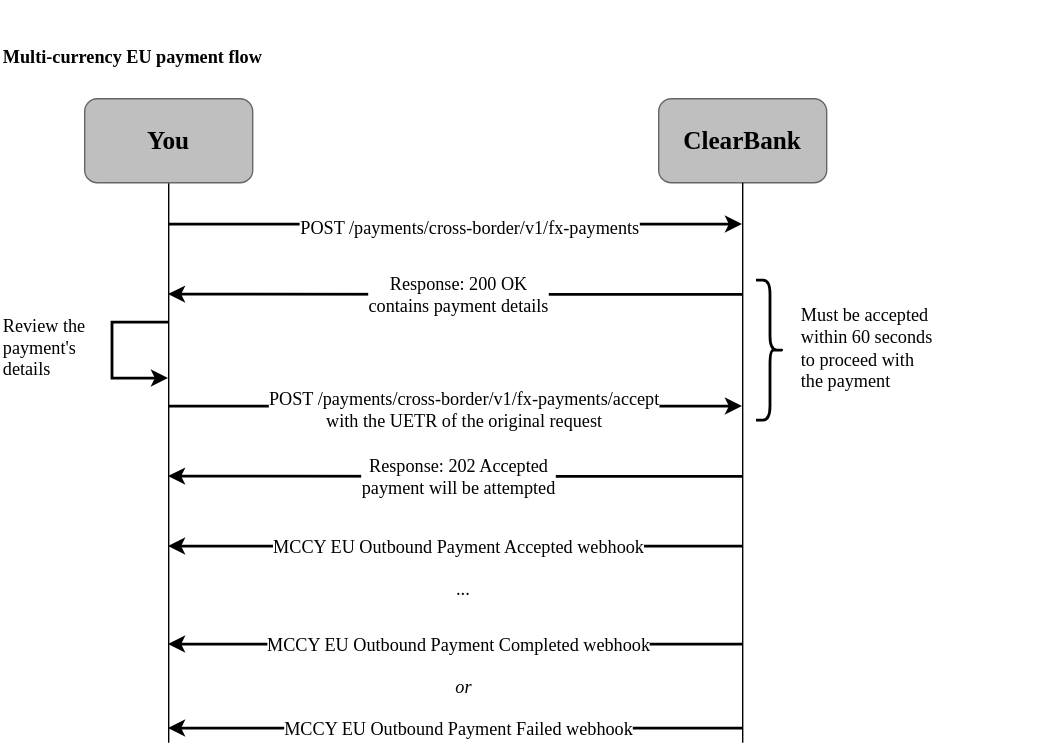
clearbank/clearbank.github.io keeps this draw.io diagram as static/assets/images/diagrams/eu/auto-fx/mccy-eu-payment.svg. Above is the earlier version. Source tidied: cells renumbered, new cells last; positions are measured from the earlier drawing's top-left corner, leaving out a move shared by most shapes. The source it was exported from:
```xml
<mxGraphModel>
  <root>
    <mxCell id="0" />
    <mxCell id="1" parent="0" />
    <mxCell id="2" style="rounded=1;whiteSpace=wrap;html=1;fillColor=none;strokeColor=none;fontFamily=Clear Sans Text;fontSize=13;" parent="1" vertex="1">
      <mxGeometry x="600" y="60" width="150" height="60" as="geometry" />
    </mxCell>
    <mxCell id="3" style="rounded=0;whiteSpace=wrap;html=1;strokeColor=none;fontFamily=Clear Sans Text;fontSize=13;fillColor=#FFFFFF;" parent="1" vertex="1">
      <mxGeometry x="200" width="120" height="20" as="geometry" />
    </mxCell>
    <mxCell id="4" value="ClearBank" style="rounded=1;whiteSpace=wrap;html=1;strokeColor=#666666;fillColor=#BFBFBF;gradientColor=none;fontFamily=Clear Sans Text;fontStyle=1;fontSize=18;fontColor=#000000;" parent="1" vertex="1">
      <mxGeometry x="470" y="70" width="120" height="60" as="geometry" />
    </mxCell>
    <mxCell id="5" style="edgeStyle=orthogonalEdgeStyle;rounded=0;jettySize=auto;html=1;endArrow=none;endFill=0;exitX=0.5;exitY=1;exitDx=0;exitDy=0;fontFamily=Clear Sans Text;fontSize=13;strokeColor=#000000;" parent="1" edge="1" source="4">
      <mxGeometry relative="1" as="geometry">
        <mxPoint x="530" y="530" as="targetPoint" />
        <Array as="points">
          <mxPoint x="530" y="350" />
        </Array>
      </mxGeometry>
    </mxCell>
    <mxCell id="6" style="edgeStyle=orthogonalEdgeStyle;rounded=0;orthogonalLoop=1;jettySize=auto;html=1;endArrow=none;endFill=0;fontFamily=Clear Sans Text;fontSize=13;strokeColor=#000000;" parent="1" edge="1">
      <mxGeometry relative="1" as="geometry">
        <mxPoint x="120" y="130" as="sourcePoint" />
        <mxPoint x="120" y="530" as="targetPoint" />
      </mxGeometry>
    </mxCell>
    <mxCell id="7" value="You" style="rounded=1;whiteSpace=wrap;html=1;strokeColor=#666666;fillColor=#BFBFBF;gradientColor=none;fontFamily=Clear Sans Text;fontStyle=1;fontSize=18;fontColor=#000000;" parent="1" vertex="1">
      <mxGeometry x="60" y="70" width="120" height="60" as="geometry" />
    </mxCell>
    <mxCell id="8" style="endArrow=classic;html=1;rounded=0;strokeWidth=2;fontFamily=Clear Sans Text;fontSize=13;strokeColor=#000000;" parent="1" edge="1">
      <mxGeometry relative="1" as="geometry">
        <mxPoint x="120" y="160" as="sourcePoint" />
        <mxPoint x="530" y="160" as="targetPoint" />
      </mxGeometry>
    </mxCell>
    <mxCell id="9" value="POST /payments/cross-border/v1/fx-payments" style="edgeLabel;html=1;align=center;verticalAlign=middle;fontFamily=Clear Sans Text;fontSize=13;fontColor=#000000;labelBackgroundColor=#FFFFFF;" parent="8" vertex="1">
      <mxGeometry x="0.09" y="-1" relative="1" as="geometry">
        <mxPoint x="-9" as="offset" />
      </mxGeometry>
    </mxCell>
    <mxCell id="10" style="endArrow=classic;html=1;rounded=0;strokeWidth=2;fontFamily=Clear Sans Text;fontSize=13;strokeColor=#000000;" parent="1" edge="1">
      <mxGeometry relative="1" as="geometry">
        <mxPoint x="530" y="210.2" as="sourcePoint" />
        <mxPoint x="120" y="210" as="targetPoint" />
      </mxGeometry>
    </mxCell>
    <mxCell id="11" value="Response: 200 OK&lt;div&gt;contains payment details&lt;/div&gt;" style="edgeLabel;html=1;align=center;verticalAlign=middle;fontFamily=Clear Sans Text;fontSize=13;fontColor=#000000;labelBackgroundColor=#FFFFFF;" parent="10" vertex="1">
      <mxGeometry x="0.09" y="-1" relative="1" as="geometry">
        <mxPoint x="19" as="offset" />
      </mxGeometry>
    </mxCell>
    <mxCell id="12" value="Review the payment's details" style="text;html=1;strokeColor=none;fillColor=none;align=left;verticalAlign=middle;whiteSpace=wrap;rounded=0;fontFamily=Clear Sans Text;fontSize=13;fontColor=#000000;labelBackgroundColor=#FFFFFF;" parent="1" vertex="1">
      <mxGeometry y="213" width="80" height="70" as="geometry" />
    </mxCell>
    <mxCell id="13" style="endArrow=classic;html=1;rounded=0;strokeWidth=2;fontFamily=Clear Sans Text;fontSize=13;strokeColor=#000000;" parent="1" edge="1">
      <mxGeometry relative="1" as="geometry">
        <mxPoint x="120" y="290" as="sourcePoint" />
        <mxPoint x="530" y="290" as="targetPoint" />
      </mxGeometry>
    </mxCell>
    <mxCell id="14" value="POST /payments/cross-border/v1/fx-payments/accept&lt;br&gt;with the UETR of the original request" style="edgeLabel;html=1;align=center;verticalAlign=middle;fontFamily=Clear Sans Text;fontSize=13;fontColor=#000000;labelBackgroundColor=#FFFFFF;" parent="13" vertex="1">
      <mxGeometry x="0.09" y="-1" relative="1" as="geometry">
        <mxPoint x="-13" as="offset" />
      </mxGeometry>
    </mxCell>
    <mxCell id="15" value="Multi-currency EU payment flow" style="text;html=1;strokeColor=none;fillColor=none;align=left;verticalAlign=middle;whiteSpace=wrap;rounded=0;fontFamily=Clear Sans Text;fontSize=13;fontStyle=1;fontColor=#000000;labelBackgroundColor=#FFFFFF;" parent="1" vertex="1">
      <mxGeometry y="30" width="330" height="20" as="geometry" />
    </mxCell>
    <mxCell id="16" style="endArrow=classic;html=1;rounded=0;strokeWidth=2;fontFamily=Clear Sans Text;fontSize=13;strokeColor=#000000;" parent="1" edge="1">
      <mxGeometry relative="1" as="geometry">
        <mxPoint x="120" y="230" as="sourcePoint" />
        <mxPoint x="120" y="270" as="targetPoint" />
        <Array as="points">
          <mxPoint x="80" y="230" />
          <mxPoint x="80" y="270" />
        </Array>
      </mxGeometry>
    </mxCell>
    <mxCell id="17" style="endArrow=classic;html=1;rounded=0;strokeWidth=2;fontFamily=Clear Sans Text;fontSize=13;strokeColor=#000000;" parent="1" edge="1">
      <mxGeometry relative="1" as="geometry">
        <mxPoint x="530" y="390" as="sourcePoint" />
        <mxPoint x="120" y="390" as="targetPoint" />
      </mxGeometry>
    </mxCell>
    <mxCell id="18" value="MCCY EU Outbound Payment Accepted webhook" style="edgeLabel;html=1;align=center;verticalAlign=middle;fontFamily=Clear Sans Text;fontSize=13;fontColor=#000000;labelBackgroundColor=#FFFFFF;" parent="17" vertex="1">
      <mxGeometry x="0.09" y="-1" relative="1" as="geometry">
        <mxPoint x="19" as="offset" />
      </mxGeometry>
    </mxCell>
    <mxCell id="19" style="endArrow=classic;html=1;rounded=0;strokeWidth=2;fontFamily=Clear Sans Text;fontSize=13;strokeColor=#000000;" parent="1" edge="1">
      <mxGeometry relative="1" as="geometry">
        <mxPoint x="530" y="460" as="sourcePoint" />
        <mxPoint x="120" y="460" as="targetPoint" />
      </mxGeometry>
    </mxCell>
    <mxCell id="20" value="MCCY EU Outbound Payment Completed webhook" style="edgeLabel;html=1;align=center;verticalAlign=middle;fontFamily=Clear Sans Text;fontSize=13;fontColor=#000000;labelBackgroundColor=#FFFFFF;" parent="19" vertex="1">
      <mxGeometry x="0.09" y="-1" relative="1" as="geometry">
        <mxPoint x="19" as="offset" />
      </mxGeometry>
    </mxCell>
    <mxCell id="21" value="&lt;font face=&quot;Clear Sans Text&quot;&gt;or&lt;/font&gt;" style="text;html=1;whiteSpace=wrap;strokeColor=none;fillColor=none;align=center;verticalAlign=middle;rounded=0;fontFamily=Clear Sans Text;fontSize=13;fontStyle=2;fontColor=#000000;labelBackgroundColor=#FFFFFF;" parent="1" vertex="1">
      <mxGeometry x="316" y="480" width="30" height="20" as="geometry" />
    </mxCell>
    <mxCell id="22" style="endArrow=classic;html=1;rounded=0;strokeWidth=2;fontFamily=Clear Sans Text;fontSize=13;strokeColor=#000000;" parent="1" edge="1">
      <mxGeometry relative="1" as="geometry">
        <mxPoint x="530" y="520" as="sourcePoint" />
        <mxPoint x="120" y="520" as="targetPoint" />
      </mxGeometry>
    </mxCell>
    <mxCell id="23" value="MCCY EU Outbound Payment Failed webhook" style="edgeLabel;html=1;align=center;verticalAlign=middle;fontFamily=Clear Sans Text;fontSize=13;fontColor=#000000;labelBackgroundColor=#FFFFFF;" parent="22" vertex="1">
      <mxGeometry x="0.09" y="-1" relative="1" as="geometry">
        <mxPoint x="19" as="offset" />
      </mxGeometry>
    </mxCell>
    <mxCell id="24" style="endArrow=classic;html=1;rounded=0;strokeWidth=2;fontFamily=Clear Sans Text;fontSize=13;strokeColor=#000000;" parent="1" edge="1">
      <mxGeometry relative="1" as="geometry">
        <mxPoint x="530" y="340.2" as="sourcePoint" />
        <mxPoint x="120" y="340" as="targetPoint" />
      </mxGeometry>
    </mxCell>
    <mxCell id="25" value="Response: 202 Accepted&lt;div&gt;payment will be attempted&lt;/div&gt;" style="edgeLabel;html=1;align=center;verticalAlign=middle;fontFamily=Clear Sans Text;fontSize=13;fontColor=#000000;labelBackgroundColor=#FFFFFF;" parent="24" vertex="1">
      <mxGeometry x="0.09" y="-1" relative="1" as="geometry">
        <mxPoint x="19" as="offset" />
      </mxGeometry>
    </mxCell>
    <mxCell id="26" value="&lt;font face=&quot;Clear Sans Text&quot;&gt;...&lt;/font&gt;" style="text;html=1;whiteSpace=wrap;strokeColor=none;fillColor=none;align=center;verticalAlign=middle;rounded=0;fontFamily=Clear Sans Text;fontSize=13;fontStyle=2;fontColor=#000000;labelBackgroundColor=#FFFFFF;" parent="1" vertex="1">
      <mxGeometry x="316" y="410" width="30" height="20" as="geometry" />
    </mxCell>
    <mxCell id="27" style="shape=curlyBracket;whiteSpace=wrap;html=1;rounded=1;flipH=1;labelPosition=right;verticalLabelPosition=middle;align=left;verticalAlign=middle;legacyAnchorPoints=0;strokeColor=#000000;strokeWidth=2;" parent="1" vertex="1">
      <mxGeometry x="540" y="200" width="20" height="100" as="geometry" />
    </mxCell>
    <mxCell id="28" value="&lt;span style=&quot;font-size: 13px; text-wrap-mode: nowrap; background-color: rgb(255, 255, 255);&quot;&gt;Must be accepted&lt;br&gt;within 60 seconds&lt;/span&gt;&lt;br style=&quot;font-size: 13px; text-wrap-mode: nowrap;&quot;&gt;&lt;span style=&quot;font-size: 13px; text-wrap-mode: nowrap; background-color: rgb(255, 255, 255);&quot;&gt;to proceed with&lt;br&gt;the payment&lt;/span&gt;" style="text;html=1;strokeColor=none;fillColor=none;align=left;verticalAlign=middle;rounded=0;whiteSpace=wrap;fontFamily=Clear Sans Text;fontColor=#000000;" parent="1" vertex="1">
      <mxGeometry x="570" y="198" width="120" height="100" as="geometry" />
    </mxCell>
  </root>
</mxGraphModel>
```
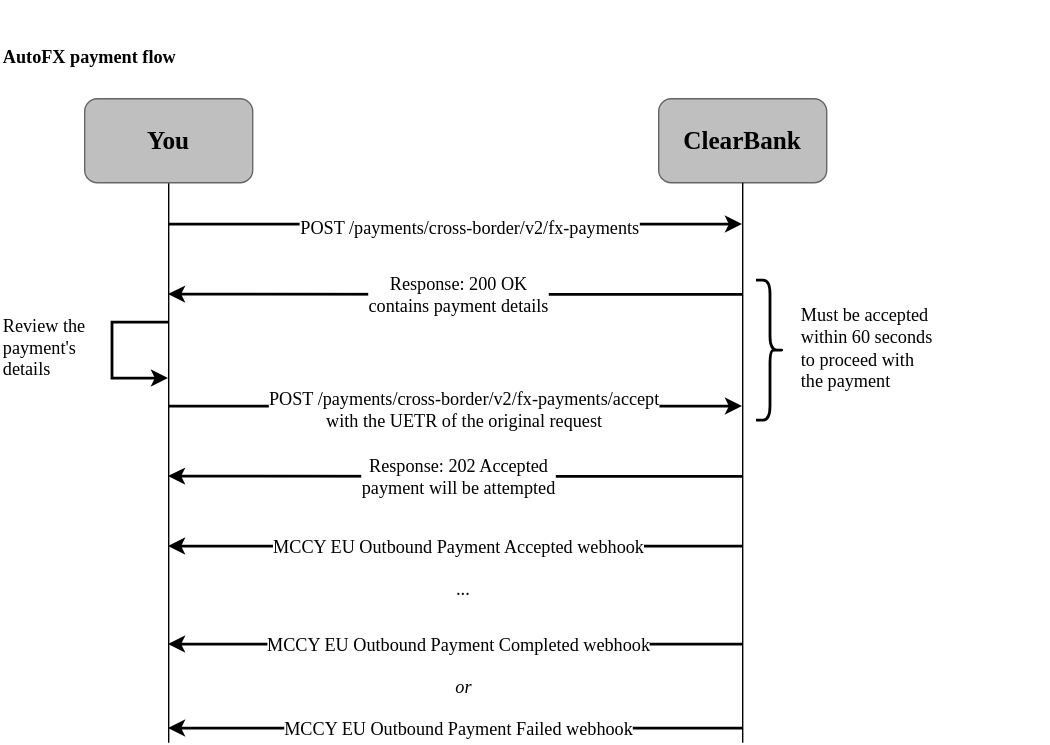
After the commit.

Change to the diagram source:
```diff
@@ -34,7 +34,7 @@
         <mxPoint x="530" y="160" as="targetPoint" />
       </mxGeometry>
     </mxCell>
-    <mxCell id="9" value="POST /payments/cross-border/v1/fx-payments" style="edgeLabel;html=1;align=center;verticalAlign=middle;fontFamily=Clear Sans Text;fontSize=13;fontColor=#000000;labelBackgroundColor=#FFFFFF;" parent="8" vertex="1">
+    <mxCell id="9" value="POST /payments/cross-border/v2/fx-payments" style="edgeLabel;html=1;align=center;verticalAlign=middle;fontFamily=Clear Sans Text;fontSize=13;fontColor=#000000;labelBackgroundColor=#FFFFFF;" parent="8" vertex="1">
       <mxGeometry x="0.09" y="-1" relative="1" as="geometry">
         <mxPoint x="-9" as="offset" />
       </mxGeometry>
@@ -59,12 +59,12 @@
         <mxPoint x="530" y="290" as="targetPoint" />
       </mxGeometry>
     </mxCell>
-    <mxCell id="14" value="POST /payments/cross-border/v1/fx-payments/accept&lt;br&gt;with the UETR of the original request" style="edgeLabel;html=1;align=center;verticalAlign=middle;fontFamily=Clear Sans Text;fontSize=13;fontColor=#000000;labelBackgroundColor=#FFFFFF;" parent="13" vertex="1">
+    <mxCell id="14" value="POST /payments/cross-border/v2/fx-payments/accept&lt;br&gt;with the UETR of the original request" style="edgeLabel;html=1;align=center;verticalAlign=middle;fontFamily=Clear Sans Text;fontSize=13;fontColor=#000000;labelBackgroundColor=#FFFFFF;" parent="13" vertex="1">
       <mxGeometry x="0.09" y="-1" relative="1" as="geometry">
         <mxPoint x="-13" as="offset" />
       </mxGeometry>
     </mxCell>
-    <mxCell id="15" value="Multi-currency EU payment flow" style="text;html=1;strokeColor=none;fillColor=none;align=left;verticalAlign=middle;whiteSpace=wrap;rounded=0;fontFamily=Clear Sans Text;fontSize=13;fontStyle=1;fontColor=#000000;labelBackgroundColor=#FFFFFF;" parent="1" vertex="1">
+    <mxCell id="15" value="AutoFX payment flow" style="text;html=1;strokeColor=none;fillColor=none;align=left;verticalAlign=middle;whiteSpace=wrap;rounded=0;fontFamily=Clear Sans Text;fontSize=13;fontStyle=1;fontColor=#000000;labelBackgroundColor=#FFFFFF;" parent="1" vertex="1">
       <mxGeometry y="30" width="330" height="20" as="geometry" />
     </mxCell>
     <mxCell id="16" style="endArrow=classic;html=1;rounded=0;strokeWidth=2;fontFamily=Clear Sans Text;fontSize=13;strokeColor=#000000;" parent="1" edge="1">
```
